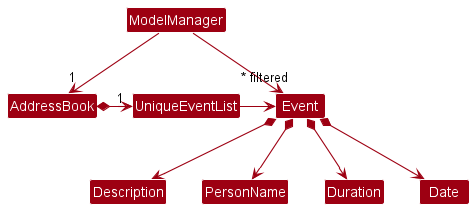
Before: docs/images/ModelEventClassDiagram.png, a diagram exported from PlantUML (nus-cs2103-AY2223S1/tp).
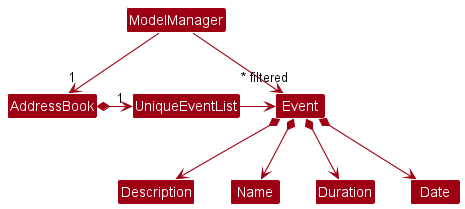
After the commit.

Diff of the diagram source:
```diff
@@ -12,7 +12,7 @@
 
 
 Event *--> Description
-Event *--> PersonName
+Event *--> Name
 Event *--> Duration
 Event *--> Date
 @enduml
```
